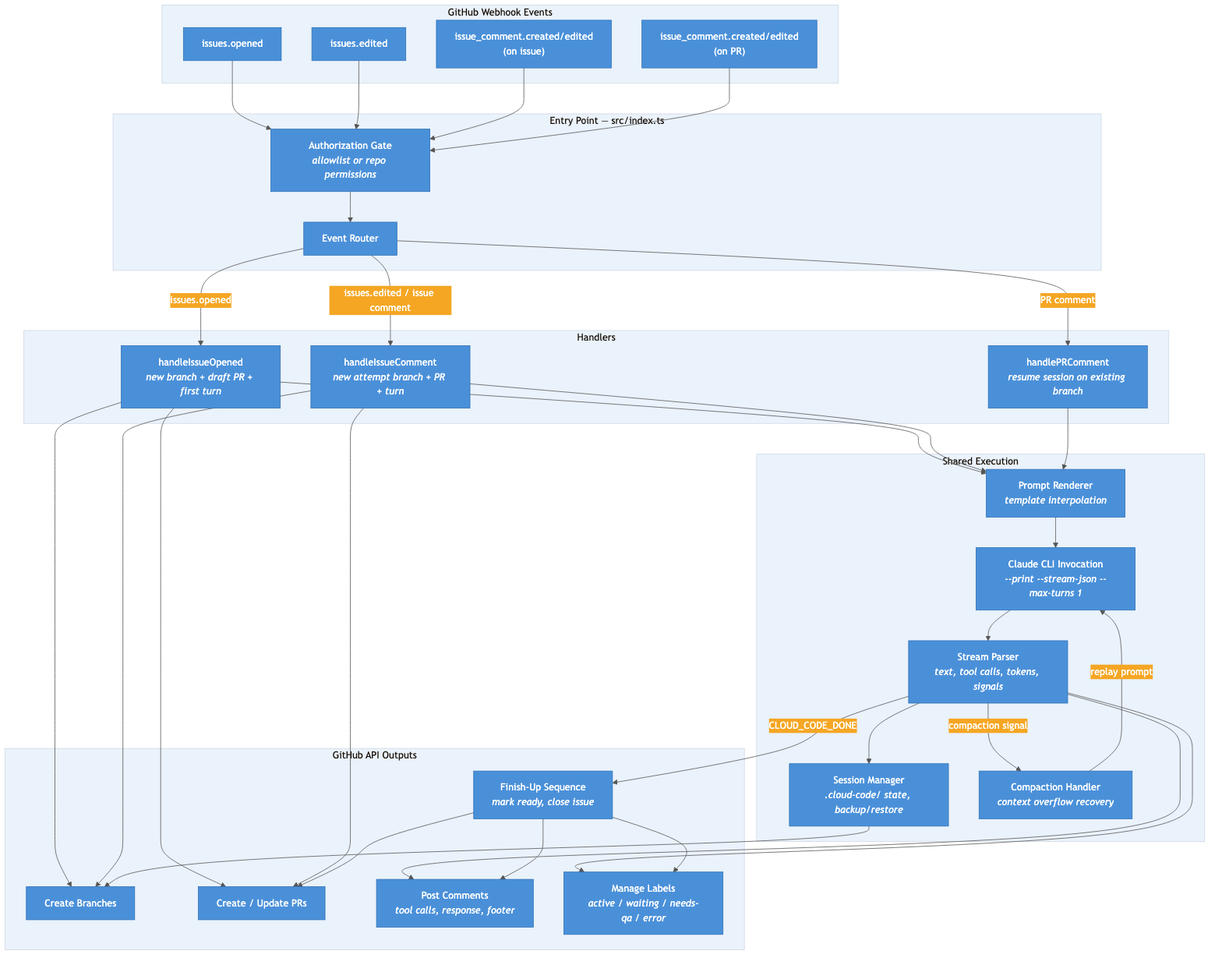
This is docs/img/architecture.png from ebanisadr/cloud-code, a Mermaid export, as it was before one commit. Its source is kept beside it as docs/img/architecture.mmd. Its diagram source:
```mermaid
%%{ init: { "theme": "base", "themeVariables": { "primaryColor": "#4A90D9", "primaryTextColor": "#fff", "primaryBorderColor": "#2C6FB5", "lineColor": "#555", "secondaryColor": "#F5A623", "tertiaryColor": "#EAF2FB" } } }%%

flowchart TB
    subgraph events ["GitHub Webhook Events"]
        E1["issues.opened"]
        E2["issues.edited"]
        E3["issue_comment.created/edited<br/>(on issue)"]
        E4["issue_comment.created/edited<br/>(on PR)"]
    end

    subgraph entry ["Entry Point &mdash; src/index.ts"]
        AUTH["Authorization Gate<br/><i>allowlist or repo permissions</i>"]
        ROUTE["Event Router"]
    end

    subgraph handlers ["Handlers"]
        H1["handleIssueOpened<br/><i>new branch + draft PR + first turn</i>"]
        H2["handleIssueComment<br/><i>new attempt branch + PR + turn</i>"]
        H3["handlePRComment<br/><i>resume session on existing branch</i>"]
    end

    subgraph shared ["Shared Execution"]
        PROMPT["Prompt Renderer<br/><i>template interpolation</i>"]
        CLI["Claude CLI Invocation<br/><i>--print --stream-json --max-turns 1</i>"]
        SESSION["Session Manager<br/><i>.cloud-code/ state, backup/restore</i>"]
        COMPACT["Compaction Handler<br/><i>context overflow recovery</i>"]
        PARSE["Stream Parser<br/><i>text, tool calls, tokens, signals</i>"]
    end

    subgraph outputs ["GitHub API Outputs"]
        BRANCH["Create Branches"]
        PR["Create / Update PRs"]
        COMMENT["Post Comments<br/><i>tool calls, response, footer</i>"]
        LABEL["Manage Labels<br/><i>active / waiting / needs-qa / error</i>"]
        FINISH["Finish-Up Sequence<br/><i>mark ready, close issue</i>"]
    end

    E1 & E2 & E3 & E4 --> AUTH
    AUTH --> ROUTE

    ROUTE -->|"issues.opened"| H1
    ROUTE -->|"issues.edited / issue comment"| H2
    ROUTE -->|"PR comment"| H3

    H1 --> PROMPT
    H2 --> PROMPT
    H3 --> PROMPT

    PROMPT --> CLI
    CLI --> PARSE
    PARSE --> SESSION
    PARSE -->|"compaction signal"| COMPACT
    COMPACT -->|"replay prompt"| CLI
    PARSE -->|"CLOUD_CODE_DONE"| FINISH

    H1 --> BRANCH
    H1 --> PR
    H2 --> BRANCH
    H2 --> PR

    SESSION --> BRANCH
    PARSE --> COMMENT
    PARSE --> LABEL
    FINISH --> PR
    FINISH --> COMMENT
    FINISH --> LABEL
```
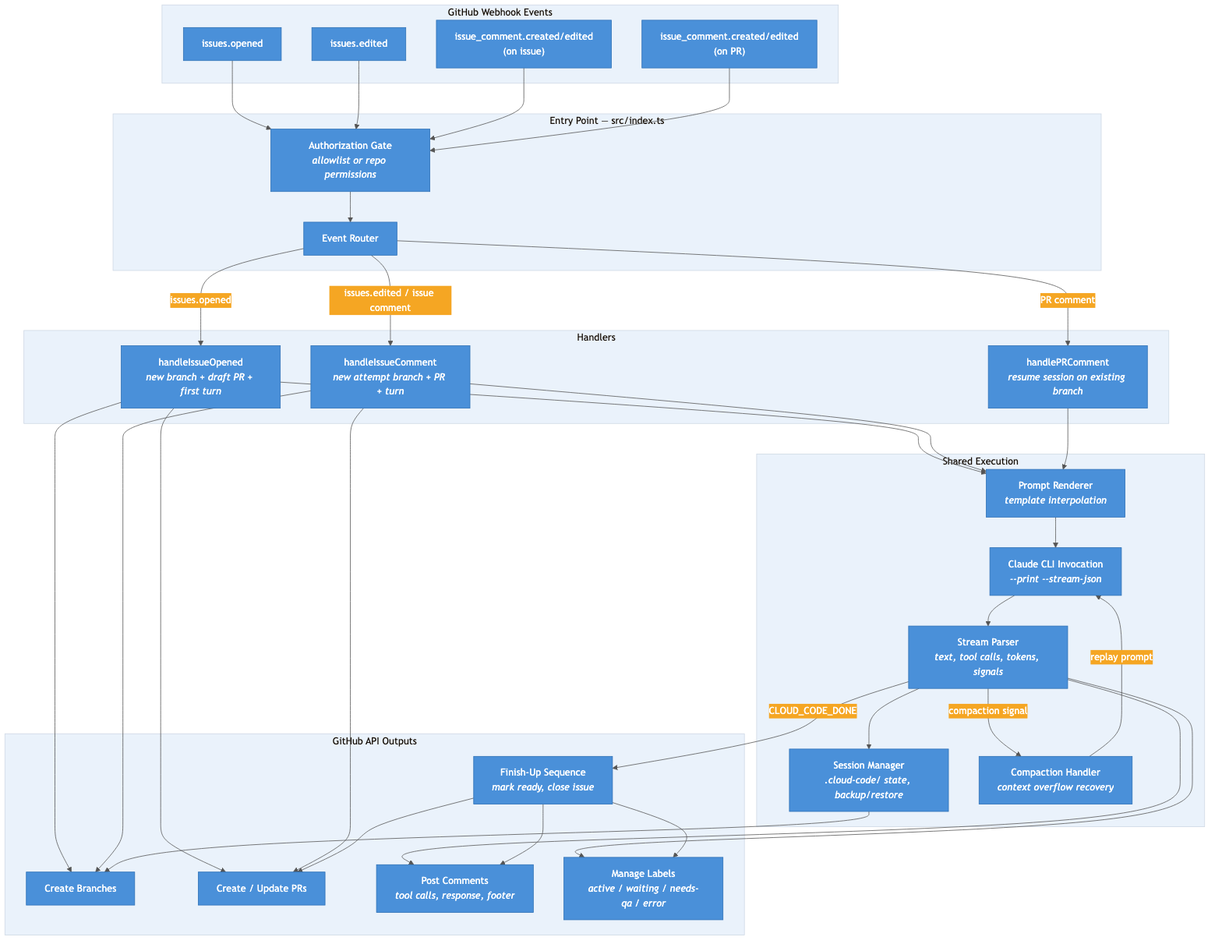
After the change.

Commit message:
Remove --max-turns 1 flag to allow multi-turn agent execution

Diff of the diagram source:
```diff
@@ -21,7 +21,7 @@
 
     subgraph shared ["Shared Execution"]
         PROMPT["Prompt Renderer<br/><i>template interpolation</i>"]
-        CLI["Claude CLI Invocation<br/><i>--print --stream-json --max-turns 1</i>"]
+        CLI["Claude CLI Invocation<br/><i>--print --stream-json</i>"]
         SESSION["Session Manager<br/><i>.cloud-code/ state, backup/restore</i>"]
         COMPACT["Compaction Handler<br/><i>context overflow recovery</i>"]
         PARSE["Stream Parser<br/><i>text, tool calls, tokens, signals</i>"]
```
